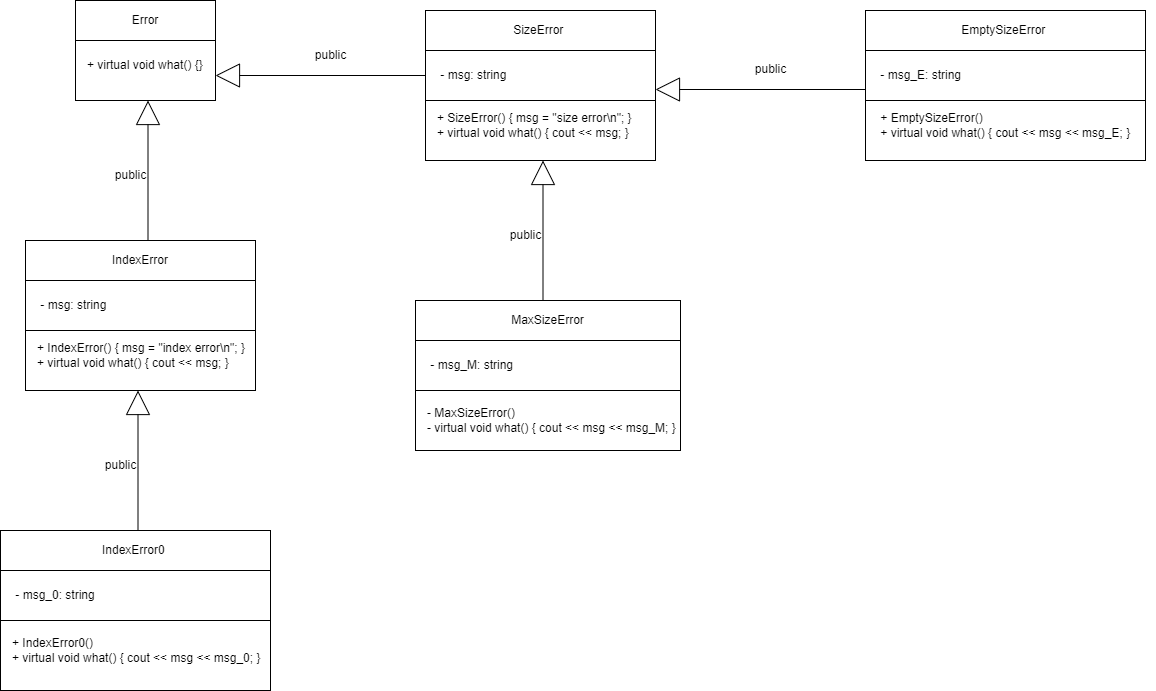
Above: 2 Семестр/Class/Лаба 9/Лаба 9 Классы.png in IlyaFedoseev227/LABS-PNRPU-IVT-22-1b (draw.io), before the change. Source tidied: cells renumbered, new cells last; positions are measured from the earlier drawing's top-left corner, leaving out a move shared by most shapes.
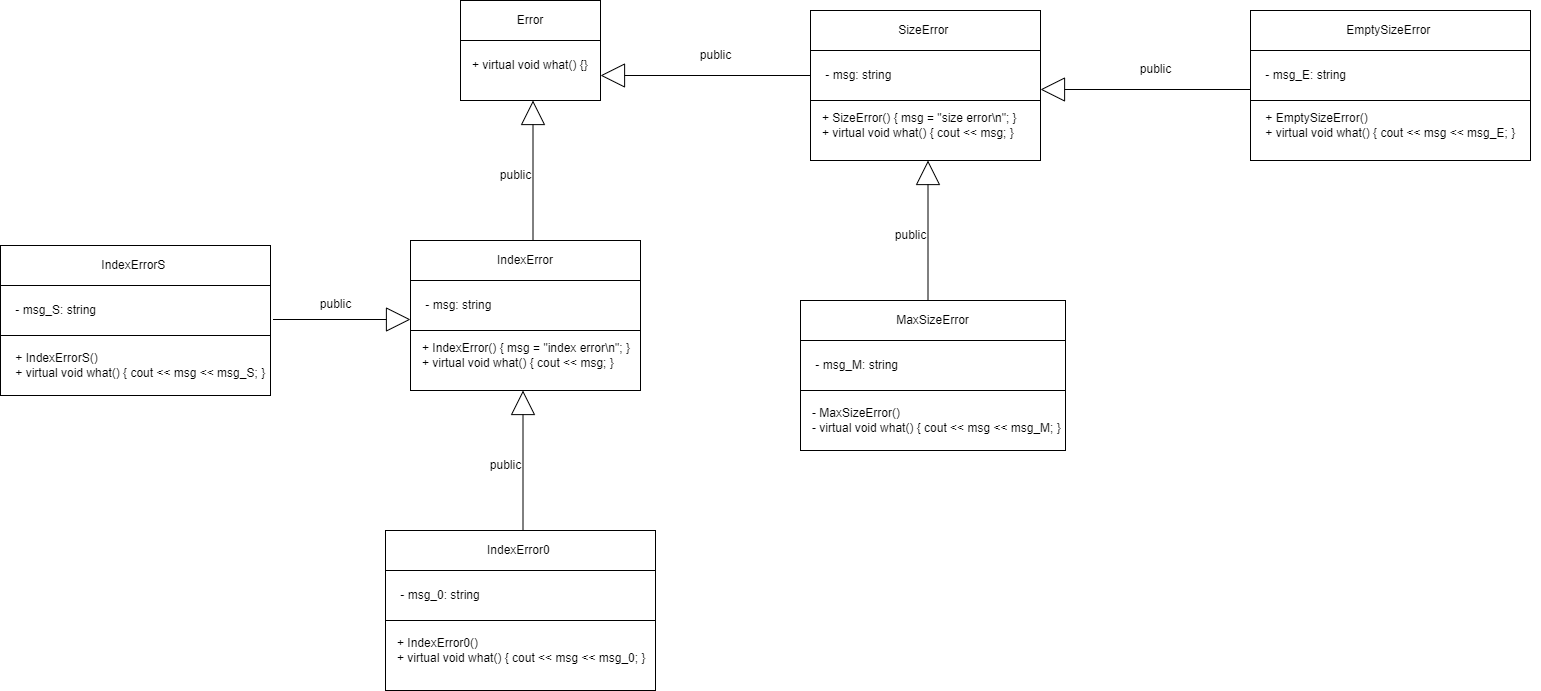
Above is the later version.

Diff of the diagram source:
```diff
@@ -128,5 +128,29 @@
     <mxCell id="39" value="public" style="text;html=1;align=center;verticalAlign=middle;strokeColor=none;fillColor=none;" parent="1" vertex="1">
       <mxGeometry x="95" y="450" width="50" height="30" as="geometry" />
     </mxCell>
+    <mxCell id="40" style="rounded=0;whiteSpace=wrap;html=1;" parent="1" vertex="1">
+      <mxGeometry x="-385" y="245" width="270" height="150" as="geometry" />
+    </mxCell>
+    <mxCell id="41" value="IndexErrorS&amp;nbsp;" style="rounded=0;whiteSpace=wrap;html=1;" parent="1" vertex="1">
+      <mxGeometry x="-385" y="245" width="270" height="40" as="geometry" />
+    </mxCell>
+    <mxCell id="42" value="&lt;div&gt;&amp;nbsp; &amp;nbsp; + IndexErrorS()&lt;/div&gt;&lt;div&gt;&lt;span style=&quot;&quot;&gt;&lt;span style=&quot;&quot;&gt;&lt;span style=&quot;white-space: pre;&quot;&gt;&amp;nbsp;&amp;nbsp;&amp;nbsp;&amp;nbsp;+ &lt;/span&gt;&lt;/span&gt;virtual void what() { cout &amp;lt;&amp;lt; msg &amp;lt;&amp;lt; msg_S; }&lt;/span&gt;&lt;/div&gt;" style="text;html=1;align=left;verticalAlign=middle;strokeColor=none;fillColor=none;" parent="1" vertex="1">
+      <mxGeometry x="-385" y="345" width="290" height="40" as="geometry" />
+    </mxCell>
+    <mxCell id="43" style="rounded=0;whiteSpace=wrap;html=1;" parent="1" vertex="1">
+      <mxGeometry x="-385" y="285" width="270" height="50" as="geometry" />
+    </mxCell>
+    <mxCell id="44" value="&amp;nbsp;- msg_S: string" style="text;html=1;align=left;verticalAlign=middle;strokeColor=none;fillColor=none;" parent="1" vertex="1">
+      <mxGeometry x="-375" y="295" width="110" height="30" as="geometry" />
+    </mxCell>
+    <mxCell id="45" style="edgeStyle=orthogonalEdgeStyle;rounded=0;orthogonalLoop=1;jettySize=auto;html=1;endArrow=block;endFill=0;strokeWidth=1;endSize=22;exitX=0.5;exitY=0;exitDx=0;exitDy=0;" parent="1" edge="1">
+      <mxGeometry relative="1" as="geometry">
+        <mxPoint x="-112.5" y="319" as="sourcePoint" />
+        <mxPoint x="25" y="319" as="targetPoint" />
+      </mxGeometry>
+    </mxCell>
+    <mxCell id="46" value="public" style="text;html=1;align=center;verticalAlign=middle;strokeColor=none;fillColor=none;" parent="1" vertex="1">
+      <mxGeometry x="-75" y="289" width="50" height="30" as="geometry" />
+    </mxCell>
   </root>
 </mxGraphModel>
```
